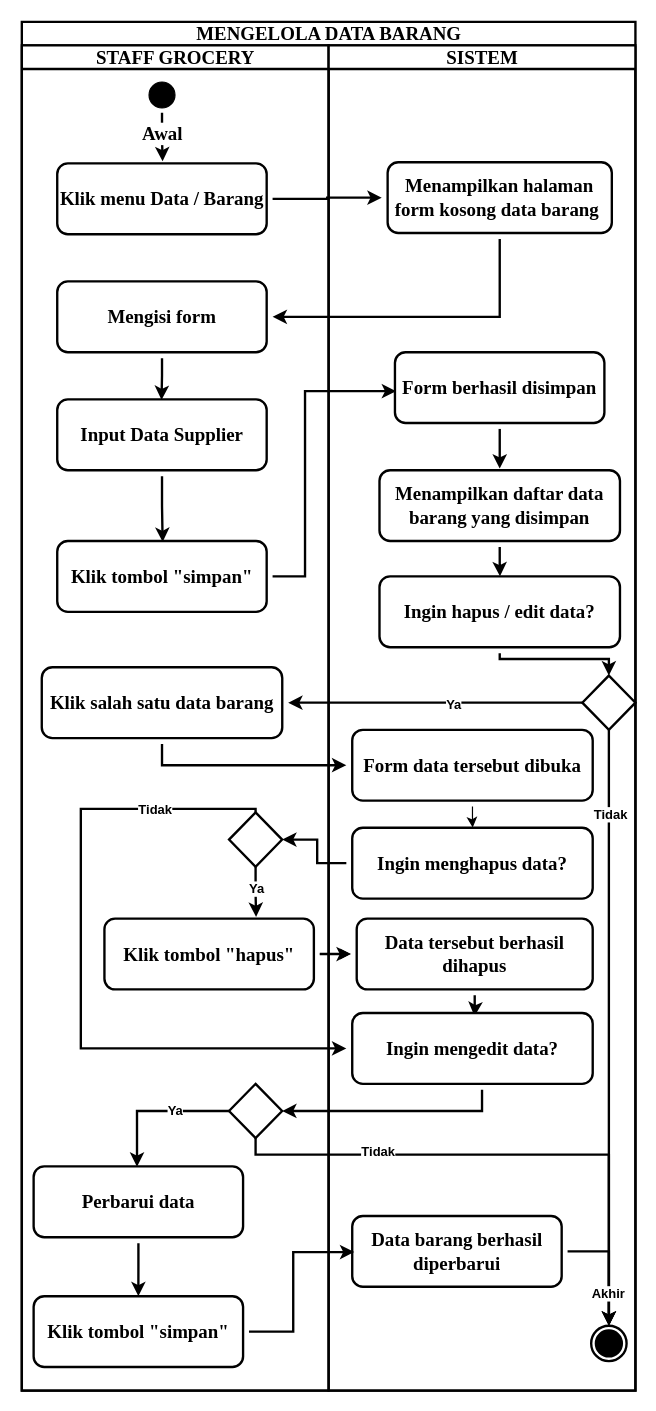
raldawiyahh/alda-resolusi keeps this draw.io diagram as page "DATA BARANG" (5 of 24) of PENGELOLAAN EXPIRED - DANU.drawio. Above is the earlier version. Source tidied: cells renumbered, new cells numbered last; positions are measured from the earlier drawing's top-left corner, leaving out a move shared by most shapes. Both pictures are drawn from the tidied source at 118%, with x=0, y=0 at pixel (21, 21).
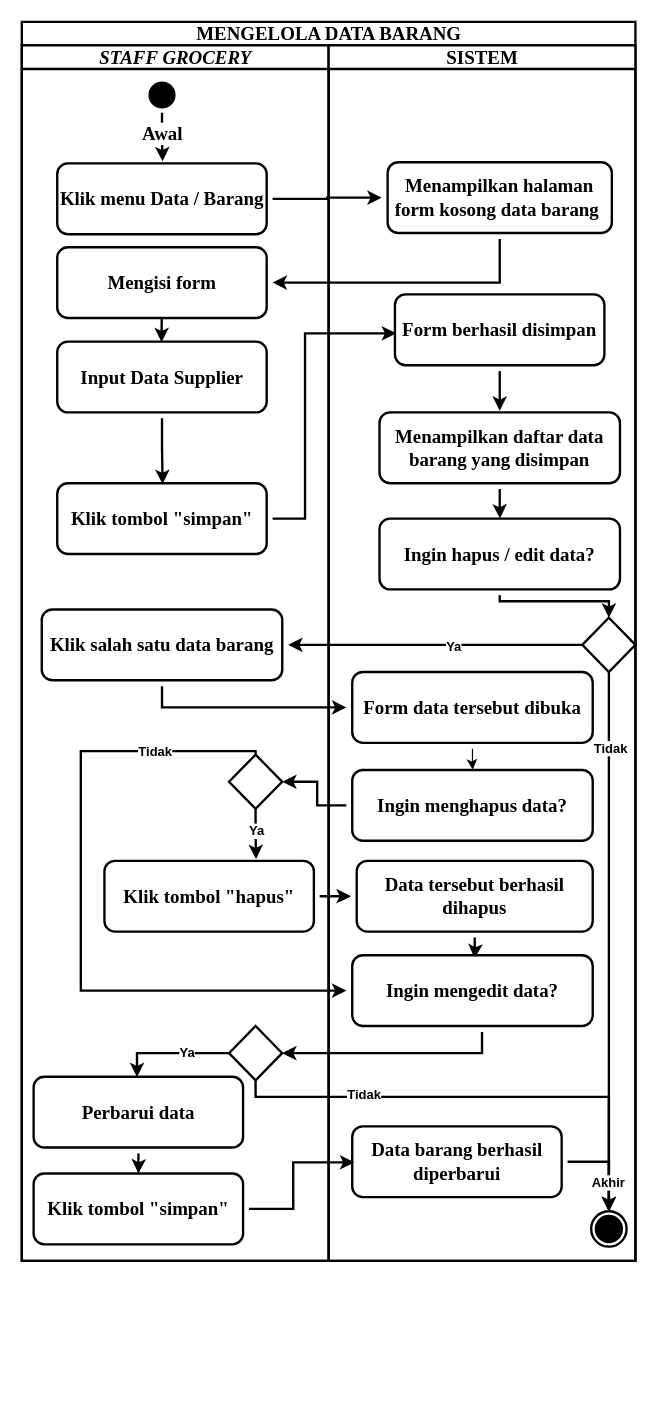
After the change.

The change refers to these unchanged cells:
```xml
<mxCell id="38" value="Menampilkan halaman form kosong data barang&amp;nbsp;" style="html=1;whiteSpace=wrap;perimeterSpacing=5;rounded=1;fontSize=16;fontFamily=Times New Roman;strokeWidth=2;fontStyle=1;" parent="31" vertex="1">
  <mxGeometry x="50" y="99" width="190" height="60" as="geometry" />
</mxCell>
```

Diff of the diagram source:
```diff
@@
     <mxCell id="2" value="MENGELOLA DATA BARANG" style="swimlane;startSize=20;html=1;strokeWidth=2;fontFamily=Times New Roman;fontSize=16;fontStyle=1;" parent="1" vertex="1">
-      <mxGeometry width="520" height="1160" as="geometry" />
+      <mxGeometry width="520" height="1050" as="geometry" />
     </mxCell>
@@
     <mxCell id="5" style="edgeStyle=orthogonalEdgeStyle;rounded=0;jettySize=auto;html=1;entryX=1;entryY=0.5;entryDx=0;entryDy=0;strokeWidth=2;fontStyle=1;" parent="2" edge="1" source="38" target="16">
       <mxGeometry relative="1" as="geometry">
         <Array as="points">
-          <mxPoint x="405" y="250" />
+          <mxPoint x="405" y="221" />
         </Array>
       </mxGeometry>
     </mxCell>
     <mxCell id="6" style="edgeStyle=orthogonalEdgeStyle;rounded=0;jettySize=auto;html=1;entryX=0.032;entryY=0.543;entryDx=0;entryDy=0;entryPerimeter=0;strokeWidth=2;fontStyle=1;" parent="2" edge="1" source="17" target="40">
       <mxGeometry relative="1" as="geometry">
         <Array as="points">
-          <mxPoint x="240" y="470" />
-          <mxPoint x="240" y="313" />
+          <mxPoint x="240" y="421" />
+          <mxPoint x="240" y="264" />
         </Array>
       </mxGeometry>
     </mxCell>
@@
-    <mxCell id="9" value="STAFF GROCERY" style="swimlane;startSize=20;html=1;strokeWidth=2;fontFamily=Times New Roman;fontSize=16;fontStyle=1;" parent="2" vertex="1">
-      <mxGeometry y="20" width="260" height="1140" as="geometry" />
+    <mxCell id="9" value="&lt;i&gt;STAFF GROCERY&lt;/i&gt;" style="swimlane;startSize=20;html=1;strokeWidth=2;fontFamily=Times New Roman;fontSize=16;fontStyle=1;" parent="2" vertex="1">
+      <mxGeometry y="20" width="260" height="1030" as="geometry" />
     </mxCell>
@@
-    <mxCell id="15" style="edgeStyle=orthogonalEdgeStyle;rounded=0;jettySize=auto;html=1;entryX=0.498;entryY=0.078;entryDx=0;entryDy=0;entryPerimeter=0;strokeWidth=2;fontStyle=1;" parent="9" edge="1" source="16" target="19">
-      <mxGeometry relative="1" as="geometry" />
+    <mxCell id="15" style="edgeStyle=orthogonalEdgeStyle;rounded=0;jettySize=auto;html=1;entryX=0.498;entryY=0.078;entryDx=0;entryDy=0;entryPerimeter=0;strokeWidth=2;fontStyle=1;" parent="9" edge="1" target="19">
+      <mxGeometry relative="1" as="geometry">
+        <mxPoint x="118.7" y="216" as="sourcePoint" />
+      </mxGeometry>
     </mxCell>
     <mxCell id="16" value="Mengisi form" style="html=1;whiteSpace=wrap;perimeterSpacing=5;rounded=1;fontSize=16;fontFamily=Times New Roman;strokeWidth=2;fontStyle=1;" parent="9" vertex="1">
-      <mxGeometry x="30" y="200" width="177.5" height="60" as="geometry" />
+      <mxGeometry x="30" y="171" width="177.5" height="60" as="geometry" />
     </mxCell>
     <mxCell id="17" value="Klik tombol &quot;simpan&quot;" style="html=1;whiteSpace=wrap;perimeterSpacing=5;rounded=1;fontSize=16;fontFamily=Times New Roman;strokeWidth=2;fontStyle=1;" parent="9" vertex="1">
-      <mxGeometry x="30" y="420" width="177.5" height="60" as="geometry" />
+      <mxGeometry x="30" y="371" width="177.5" height="60" as="geometry" />
     </mxCell>
@@
     <mxCell id="19" value="Input Data Supplier" style="html=1;whiteSpace=wrap;perimeterSpacing=5;rounded=1;fontSize=16;fontFamily=Times New Roman;strokeWidth=2;fontStyle=1;" parent="9" vertex="1">
-      <mxGeometry x="30" y="300" width="177.5" height="60" as="geometry" />
+      <mxGeometry x="30" y="251" width="177.5" height="60" as="geometry" />
     </mxCell>
     <mxCell id="20" value="Klik salah satu data barang" style="html=1;whiteSpace=wrap;perimeterSpacing=5;rounded=1;fontSize=16;fontFamily=Times New Roman;strokeWidth=2;fontStyle=1;" parent="9" vertex="1">
-      <mxGeometry x="16.9" y="527" width="203.8" height="60" as="geometry" />
+      <mxGeometry x="16.9" y="478" width="203.8" height="60" as="geometry" />
     </mxCell>
@@
     <mxCell id="23" style="rhombus;whiteSpace=wrap;html=1;strokeWidth=2;fontStyle=1;" parent="9" vertex="1">
-      <mxGeometry x="175.6" y="650" width="45" height="46" as="geometry" />
+      <mxGeometry x="175.6" y="601" width="45" height="46" as="geometry" />
     </mxCell>
     <mxCell id="24" value="Klik tombol &quot;hapus&quot;" style="html=1;whiteSpace=wrap;perimeterSpacing=5;rounded=1;fontSize=16;fontFamily=Times New Roman;strokeWidth=2;fontStyle=1;" parent="9" vertex="1">
-      <mxGeometry x="70" y="740" width="177.5" height="60" as="geometry" />
+      <mxGeometry x="70" y="691" width="177.5" height="60" as="geometry" />
     </mxCell>
     <mxCell id="25" style="edgeStyle=orthogonalEdgeStyle;rounded=0;jettySize=auto;html=1;entryX=0.494;entryY=0.076;entryDx=0;entryDy=0;entryPerimeter=0;exitX=0;exitY=0.5;exitDx=0;exitDy=0;strokeWidth=2;fontStyle=1;" parent="9" edge="1" source="27" target="29">
       <mxGeometry relative="1" as="geometry">
         <Array as="points">
-          <mxPoint x="98" y="903" />
+          <mxPoint x="98" y="854" />
         </Array>
       </mxGeometry>
     </mxCell>
@@
     <mxCell id="27" style="rhombus;whiteSpace=wrap;html=1;strokeWidth=2;fontStyle=1;" parent="9" vertex="1">
-      <mxGeometry x="175.6" y="880" width="45" height="46" as="geometry" />
+      <mxGeometry x="175.6" y="831" width="45" height="46" as="geometry" />
     </mxCell>
@@
     <mxCell id="29" value="Perbarui data" style="html=1;whiteSpace=wrap;perimeterSpacing=5;rounded=1;fontSize=16;fontFamily=Times New Roman;strokeWidth=2;fontStyle=1;" parent="9" vertex="1">
-      <mxGeometry x="10" y="950" width="177.5" height="60" as="geometry" />
+      <mxGeometry x="10" y="874" width="177.5" height="60" as="geometry" />
     </mxCell>
     <mxCell id="30" value="Klik tombol &quot;simpan&quot;" style="html=1;whiteSpace=wrap;perimeterSpacing=5;rounded=1;fontSize=16;fontFamily=Times New Roman;strokeWidth=2;fontStyle=1;" parent="9" vertex="1">
-      <mxGeometry x="10" y="1060" width="177.5" height="60" as="geometry" />
+      <mxGeometry x="10" y="956" width="177.5" height="60" as="geometry" />
     </mxCell>
     <mxCell id="31" value="SISTEM" style="swimlane;startSize=20;html=1;strokeWidth=2;fontFamily=Times New Roman;fontSize=16;fontStyle=1;" parent="2" vertex="1">
-      <mxGeometry x="260" y="20" width="260" height="1140" as="geometry" />
+      <mxGeometry x="260" y="20" width="260" height="1030" as="geometry" />
     </mxCell>
@@
     <mxCell id="37" style="ellipse;html=1;shape=endState;fillColor=#000000;strokeColor=#000000;fontFamily=Times New Roman;fontSize=16;strokeWidth=2;fontStyle=1;" parent="31" vertex="1">
-      <mxGeometry x="222.5" y="1085" width="30" height="30" as="geometry" />
+      <mxGeometry x="222.5" y="988" width="30" height="30" as="geometry" />
     </mxCell>
@@
     <mxCell id="40" value="Form berhasil disimpan" style="html=1;whiteSpace=wrap;perimeterSpacing=5;rounded=1;fontSize=16;fontFamily=Times New Roman;strokeWidth=2;fontStyle=1;" parent="31" vertex="1">
-      <mxGeometry x="56.2" y="260" width="177.5" height="60" as="geometry" />
+      <mxGeometry x="56.2" y="211" width="177.5" height="60" as="geometry" />
     </mxCell>
@@
     <mxCell id="42" value="Menampilkan daftar data barang yang disimpan" style="html=1;whiteSpace=wrap;perimeterSpacing=5;rounded=1;fontSize=16;fontFamily=Times New Roman;strokeWidth=2;fontStyle=1;" parent="31" vertex="1">
-      <mxGeometry x="43.1" y="360" width="203.8" height="60" as="geometry" />
+      <mxGeometry x="43.1" y="311" width="203.8" height="60" as="geometry" />
     </mxCell>
@@
     <mxCell id="45" style="rhombus;whiteSpace=wrap;html=1;strokeWidth=2;fontStyle=1;" parent="31" vertex="1">
-      <mxGeometry x="215" y="534" width="45" height="46" as="geometry" />
+      <mxGeometry x="215" y="485" width="45" height="46" as="geometry" />
     </mxCell>
     <mxCell id="46" style="edgeStyle=orthogonalEdgeStyle;rounded=0;jettySize=auto;html=1;entryX=0.5;entryY=0;entryDx=0;entryDy=0;strokeWidth=2;fontStyle=1;" parent="31" edge="1" source="47" target="45">
       <mxGeometry relative="1" as="geometry">
         <Array as="points">
-          <mxPoint x="145" y="520" />
-          <mxPoint x="238" y="520" />
+          <mxPoint x="145" y="471" />
+          <mxPoint x="238" y="471" />
         </Array>
       </mxGeometry>
     </mxCell>
     <mxCell id="47" value="Ingin hapus / edit data?" style="html=1;whiteSpace=wrap;perimeterSpacing=5;rounded=1;fontSize=16;fontFamily=Times New Roman;strokeWidth=2;fontStyle=1;" parent="31" vertex="1">
-      <mxGeometry x="43.1" y="450" width="203.8" height="60" as="geometry" />
+      <mxGeometry x="43.1" y="401" width="203.8" height="60" as="geometry" />
     </mxCell>
@@
     <mxCell id="49" value="Form data tersebut dibuka" style="html=1;whiteSpace=wrap;perimeterSpacing=5;rounded=1;fontSize=16;fontFamily=Times New Roman;strokeWidth=2;fontStyle=1;" parent="31" vertex="1">
-      <mxGeometry x="20" y="580" width="203.8" height="60" as="geometry" />
+      <mxGeometry x="20" y="531" width="203.8" height="60" as="geometry" />
     </mxCell>
     <mxCell id="50" value="Ingin menghapus data?" style="html=1;whiteSpace=wrap;perimeterSpacing=5;rounded=1;fontSize=16;fontFamily=Times New Roman;strokeWidth=2;fontStyle=1;" parent="31" vertex="1">
-      <mxGeometry x="20" y="663" width="203.8" height="60" as="geometry" />
+      <mxGeometry x="20" y="614" width="203.8" height="60" as="geometry" />
     </mxCell>
@@
     <mxCell id="52" value="Data tersebut berhasil dihapus" style="html=1;whiteSpace=wrap;perimeterSpacing=5;rounded=1;fontSize=16;fontFamily=Times New Roman;strokeWidth=2;fontStyle=1;" parent="31" vertex="1">
-      <mxGeometry x="23.8" y="740" width="200" height="60" as="geometry" />
+      <mxGeometry x="23.8" y="691" width="200" height="60" as="geometry" />
     </mxCell>
     <mxCell id="53" value="Ingin mengedit data?" style="html=1;whiteSpace=wrap;perimeterSpacing=5;rounded=1;fontSize=16;fontFamily=Times New Roman;strokeWidth=2;fontStyle=1;" parent="31" vertex="1">
-      <mxGeometry x="20" y="820" width="203.8" height="60" as="geometry" />
+      <mxGeometry x="20" y="771" width="203.8" height="60" as="geometry" />
     </mxCell>
@@
     <mxCell id="55" value="Data barang berhasil diperbarui" style="html=1;whiteSpace=wrap;perimeterSpacing=5;rounded=1;fontSize=16;fontFamily=Times New Roman;strokeWidth=2;fontStyle=1;" parent="31" vertex="1">
-      <mxGeometry x="20" y="992" width="177.5" height="60" as="geometry" />
+      <mxGeometry x="20" y="916" width="177.5" height="60" as="geometry" />
     </mxCell>
     <mxCell id="56" style="edgeStyle=orthogonalEdgeStyle;rounded=0;jettySize=auto;html=1;entryX=0;entryY=0.5;entryDx=0;entryDy=0;strokeWidth=2;fontStyle=1;" parent="2" edge="1" source="20" target="49">
       <mxGeometry relative="1" as="geometry">
         <Array as="points">
-          <mxPoint x="119" y="630" />
+          <mxPoint x="119" y="581" />
         </Array>
       </mxGeometry>
     </mxCell>
@@
     <mxCell id="59" style="edgeStyle=orthogonalEdgeStyle;rounded=0;jettySize=auto;html=1;entryX=0;entryY=0.5;entryDx=0;entryDy=0;strokeWidth=2;fontStyle=1;" parent="2" edge="1" source="23" target="53">
       <mxGeometry relative="1" as="geometry">
         <Array as="points">
-          <mxPoint x="50" y="667" />
-          <mxPoint x="50" y="870" />
+          <mxPoint x="50" y="618" />
+          <mxPoint x="50" y="821" />
         </Array>
       </mxGeometry>
     </mxCell>
@@
     <mxCell id="61" style="edgeStyle=orthogonalEdgeStyle;rounded=0;jettySize=auto;html=1;entryX=1;entryY=0.5;entryDx=0;entryDy=0;strokeWidth=2;fontStyle=1;" parent="2" edge="1" source="53" target="27">
       <mxGeometry relative="1" as="geometry">
         <Array as="points">
-          <mxPoint x="390" y="923" />
+          <mxPoint x="390" y="874" />
         </Array>
       </mxGeometry>
     </mxCell>
-    <mxCell id="62" style="edgeStyle=orthogonalEdgeStyle;rounded=0;jettySize=auto;html=1;entryX=0.036;entryY=0.508;entryDx=0;entryDy=0;entryPerimeter=0;strokeWidth=2;fontStyle=1;" parent="2" edge="1" source="30" target="55">
+    <mxCell id="62" style="edgeStyle=orthogonalEdgeStyle;rounded=0;jettySize=auto;html=1;entryX=0.036;entryY=0.508;entryDx=0;entryDy=0;entryPerimeter=0;strokeWidth=2;fontStyle=1;exitX=1;exitY=0.5;exitDx=0;exitDy=0;" parent="2" edge="1" source="30" target="55">
       <mxGeometry relative="1" as="geometry">
         <Array as="points">
-          <mxPoint x="230" y="1110" />
-          <mxPoint x="230" y="1043" />
+          <mxPoint x="230" y="1006" />
+          <mxPoint x="230" y="967" />
         </Array>
       </mxGeometry>
     </mxCell>
     <mxCell id="63" style="edgeStyle=orthogonalEdgeStyle;rounded=0;jettySize=auto;html=1;entryX=0.5;entryY=0;entryDx=0;entryDy=0;strokeWidth=2;fontStyle=1;" parent="2" edge="1" source="27" target="37">
       <mxGeometry relative="1" as="geometry">
         <Array as="points">
-          <mxPoint x="198" y="960" />
-          <mxPoint x="498" y="960" />
+          <mxPoint x="198" y="911" />
+          <mxPoint x="498" y="911" />
         </Array>
       </mxGeometry>
     </mxCell>
```
